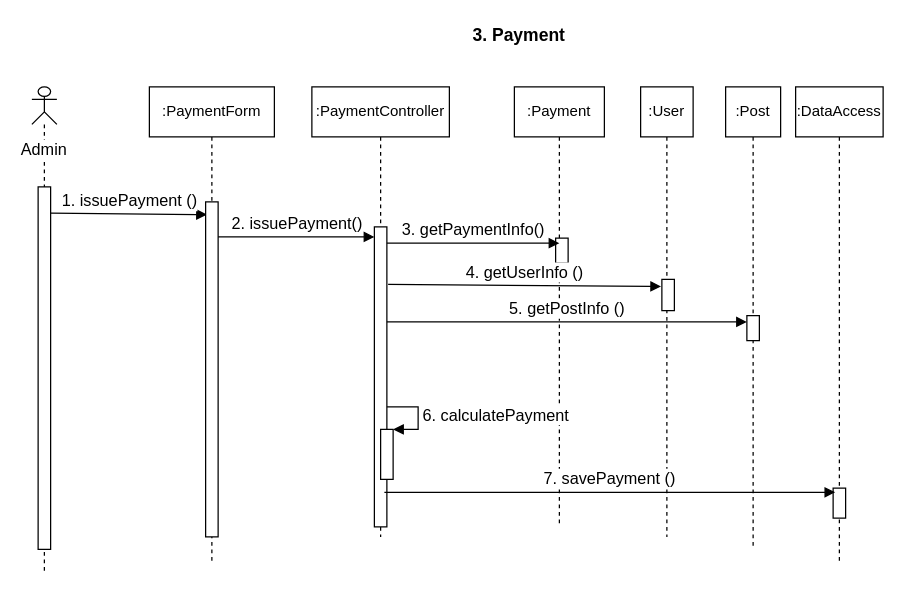
sagarghimire09/blogView keeps this draw.io diagram as documents/diagrams/sequence/Payment Sequence Diagram.drawio. Above is the earlier version. Source tidied: cells renumbered, new cells numbered last; positions are measured from the earlier drawing's top-left corner, leaving out a move shared by most shapes. Both pictures are drawn from the tidied source at 125%, with x=0, y=0 at pixel (31, 21).
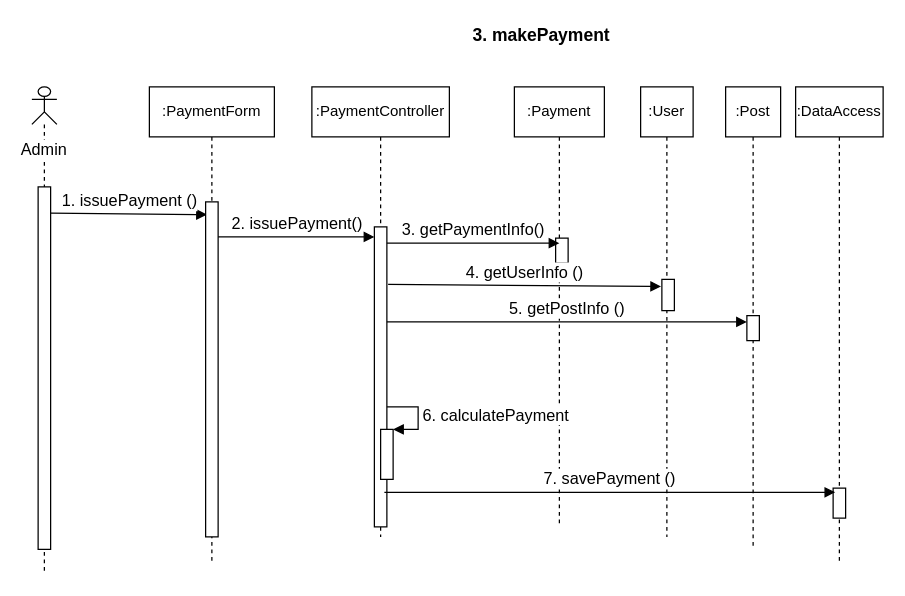
Above is the later version.

Change to the diagram source:
```diff
@@
-    <mxCell id="5" value="&lt;b&gt;&lt;font style=&quot;font-size: 14px&quot;&gt;3. Payment&lt;/font&gt;&lt;/b&gt;" style="text;html=1;align=left;verticalAlign=top;spacingTop=-4;" parent="1" vertex="1">
-      <mxGeometry x="351" width="90" height="20" as="geometry" />
+    <mxCell id="5" value="&lt;b&gt;&lt;font style=&quot;font-size: 14px&quot;&gt;3. makePayment&lt;/font&gt;&lt;/b&gt;" style="text;html=1;align=left;verticalAlign=top;spacingTop=-4;" parent="1" vertex="1">
+      <mxGeometry x="351" width="130" height="20" as="geometry" />
     </mxCell>
```
